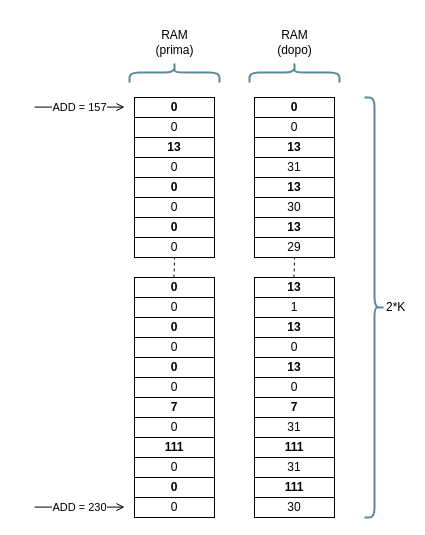
Above: report/EXAMPLE.drawio in angpre/prova-finale-reti-logiche (draw.io), before the change. Source tidied: cells renumbered, new cells numbered last; positions are measured from the earlier drawing's top-left corner, leaving out a move shared by most shapes. Both pictures are drawn from the tidied source at 100%, with x=0, y=0 at pixel (34, 17).
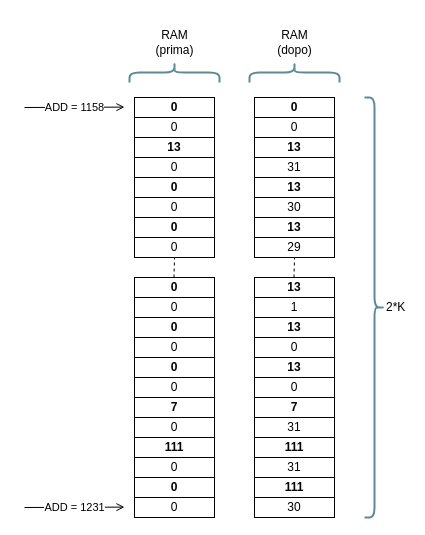
Above is the later version.

What changed in the source:
```diff
@@
-    <mxCell id="44" value="ADD = 157" style="endArrow=open;html=1;rounded=0;endFill=0;" parent="1" edge="1">
+    <mxCell id="44" value="ADD = 1158" style="endArrow=open;html=1;rounded=0;endFill=0;" parent="1" edge="1">
       <mxGeometry relative="1" as="geometry">
-        <mxPoint y="89.6" as="sourcePoint" />
+        <mxPoint x="-10" y="90" as="sourcePoint" />
         <mxPoint x="90" y="89.6" as="targetPoint" />
       </mxGeometry>
     </mxCell>
-    <mxCell id="45" value="ADD = 230" style="endArrow=open;html=1;rounded=0;endFill=0;" parent="1" edge="1">
+    <mxCell id="45" value="ADD = 1231" style="endArrow=open;html=1;rounded=0;endFill=0;" parent="1" edge="1">
       <mxGeometry relative="1" as="geometry">
-        <mxPoint y="489.6" as="sourcePoint" />
+        <mxPoint x="-10" y="490" as="sourcePoint" />
         <mxPoint x="90" y="489.6" as="targetPoint" />
       </mxGeometry>
     </mxCell>
```
